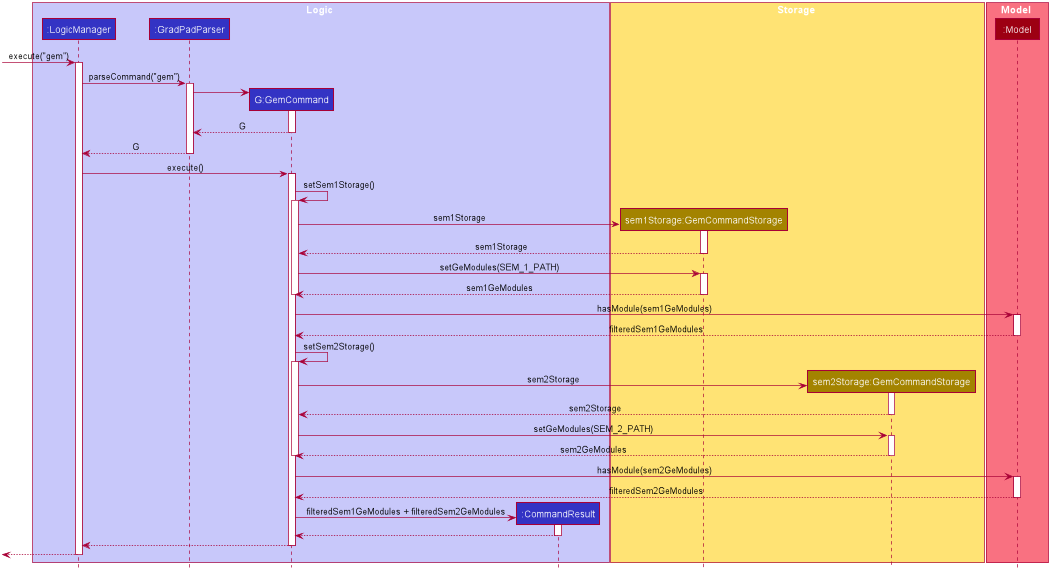
Before: docs/images/GemSequenceDiagram.png, a diagram exported from PlantUML (yan-soon/tp).
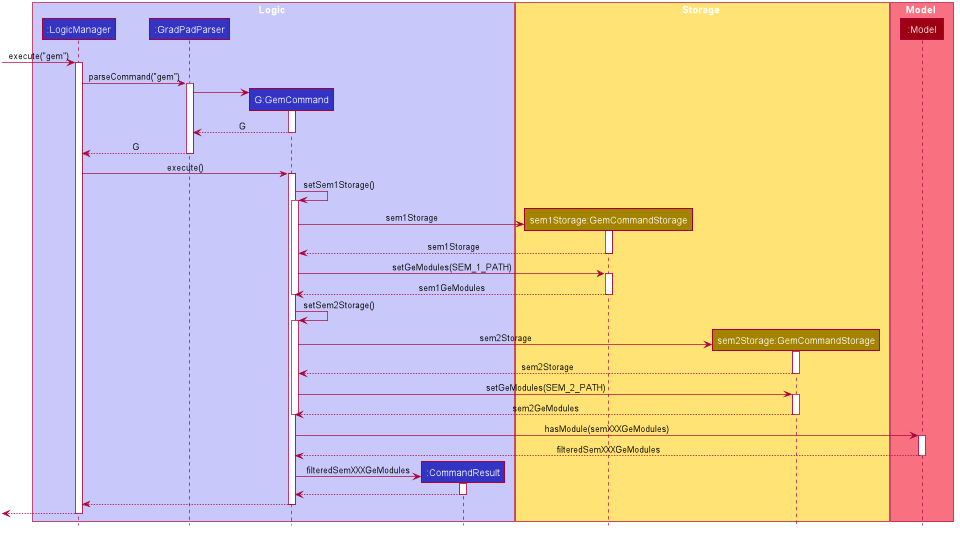
Later version of the same file.

Commit message:
update gem seq diagram pic)

The edit, as a diff of the source:
```diff
@@ -102,12 +102,6 @@
 
 deactivate GemCommand
 
-GemCommand -> Model : hasModule(sem1GeModules)
-activate Model
-
-Model --> GemCommand : filteredSem1GeModules
-deactivate Model
-
 GemCommand -> GemCommand : setSem2Storage()
 activate GemCommand
 
@@ -126,14 +120,14 @@
 
 deactivate GemCommand
 
-GemCommand -> Model : hasModule(sem2GeModules)
+GemCommand -> Model : hasModule(semXXXGeModules)
 activate Model
 
-Model --> GemCommand : filteredSem2GeModules
+Model --> GemCommand : filteredSemXXXGeModules
 deactivate Model
 
 create CommandResult
-GemCommand -> CommandResult : filteredSem1GeModules + filteredSem2GeModules
+GemCommand -> CommandResult : filteredSemXXXGeModules
 activate CommandResult
 
 CommandResult --> GemCommand
```
